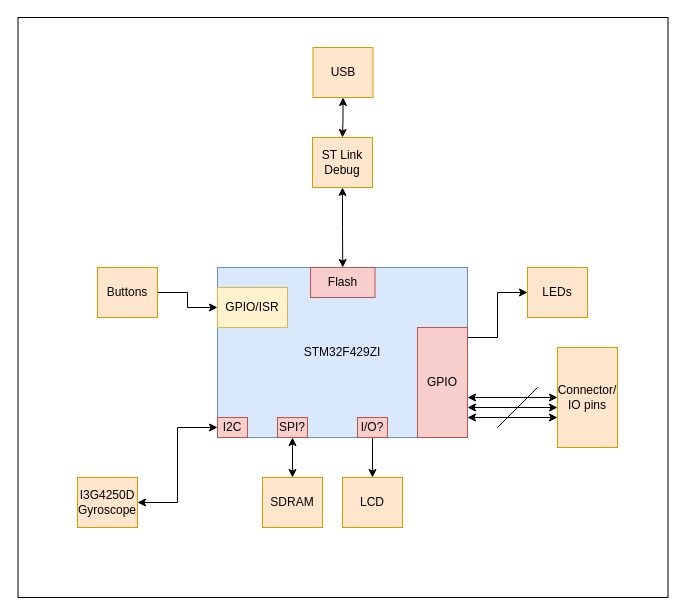
Before: Week2/Assets/32F429IDISCOVERY_Block_Diagram.drawio in Kendalld/Making_Embedded_Systems, a draw.io diagram. Source tidied: cells renumbered, new cells numbered last; positions are measured from the earlier drawing's top-left corner, leaving out a move shared by most shapes. Both pictures are drawn from the tidied source at 100%, with x=0, y=0 at pixel (17, 17).
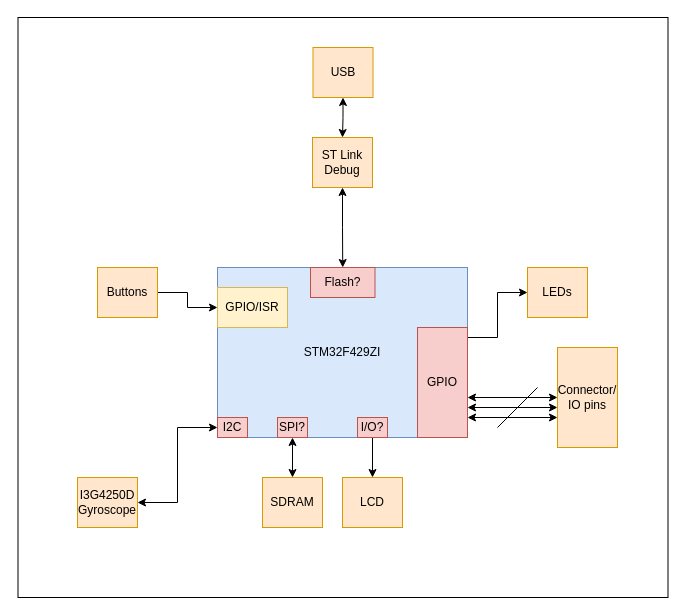
The same diagram, later.

Change to the diagram source:
```diff
@@
-    <mxCell id="13" value="Flash" style="rounded=0;whiteSpace=wrap;html=1;fillColor=#f8cecc;strokeColor=#b85450;" parent="1" vertex="1">
+    <mxCell id="13" value="Flash?" style="rounded=0;whiteSpace=wrap;html=1;fillColor=#f8cecc;strokeColor=#b85450;" parent="1" vertex="1">
       <mxGeometry x="293" y="250" width="64.5" height="30" as="geometry" />
     </mxCell>
```
